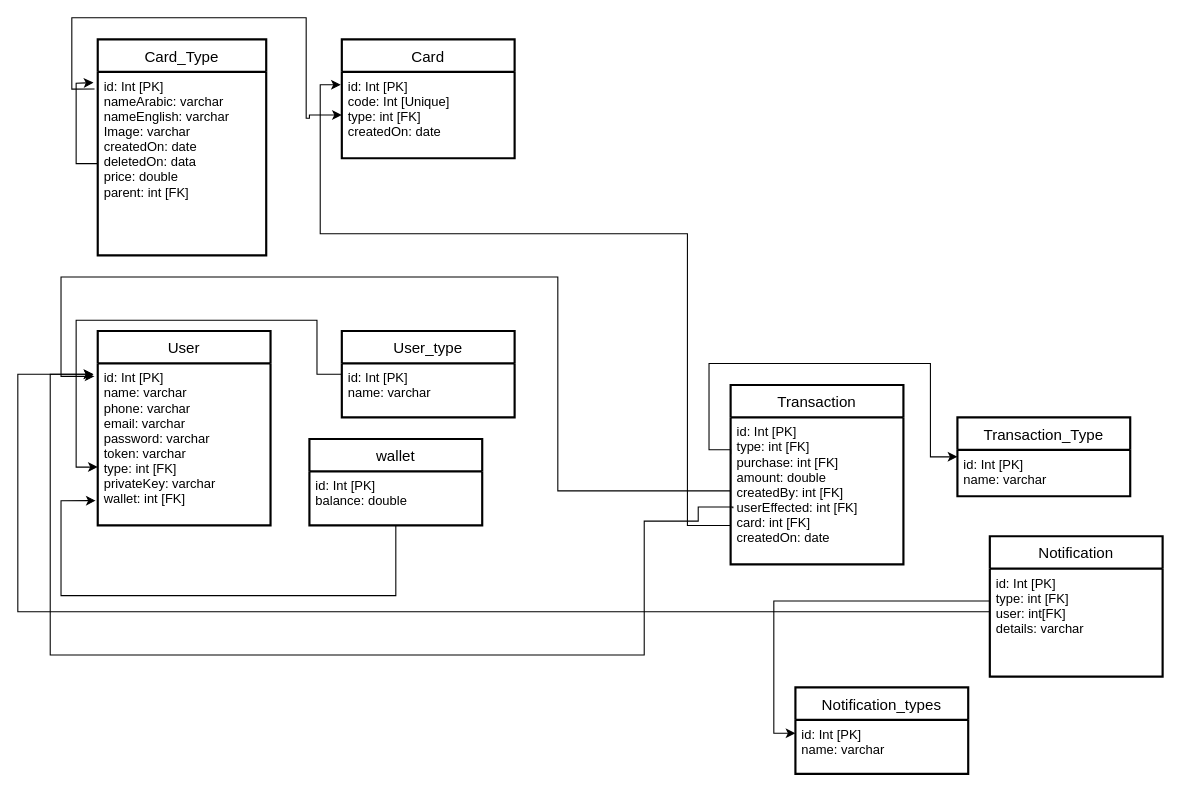
The draw.io diagram src/diagrams/database.drawio in Ibrahimrahhal/Betakatcom-BE, before the edit. Source tidied: cells renumbered, new cells numbered last; positions are measured from the earlier drawing's top-left corner, leaving out a move shared by most shapes. Both pictures are drawn from the tidied source at 108%, with x=0, y=0 at pixel (17, 17).
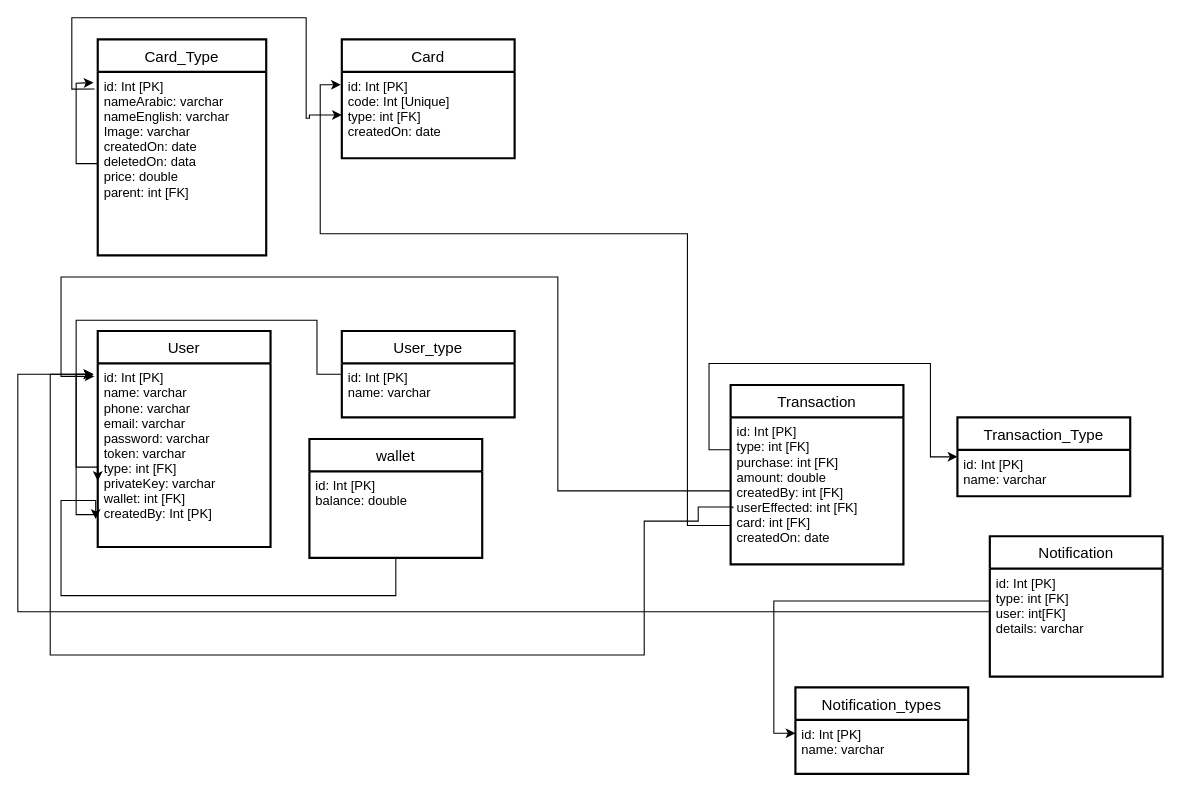
The same diagram, later.

Change to the diagram source:
```diff
@@
     <mxCell id="7" value="User" style="swimlane;horizontal=1;startSize=30;rounded=1;fontSize=14;fontStyle=0;strokeWidth=2;shadow=0;dashed=0;align=center;arcSize=0;" parent="1" vertex="1">
-      <mxGeometry x="74" y="290" width="160" height="180" as="geometry" />
+      <mxGeometry x="74" y="290" width="160" height="200" as="geometry" />
     </mxCell>
-    <mxCell id="8" value="id: Int [PK]&#10;name: varchar&#10;phone: varchar&#10;email: varchar&#10;password: varchar&#10;token: varchar&#10;type: int [FK]&#10;privateKey: varchar&#10;wallet: int [FK]&#10;&#10;" style="align=left;strokeColor=none;fillColor=none;spacingLeft=4;fontSize=12;verticalAlign=top;" parent="7" vertex="1">
-      <mxGeometry y="30" width="160" height="150" as="geometry" />
+    <mxCell id="8" value="id: Int [PK]&#10;name: varchar&#10;phone: varchar&#10;email: varchar&#10;password: varchar&#10;token: varchar&#10;type: int [FK]&#10;privateKey: varchar&#10;wallet: int [FK]&#10;createdBy: Int [PK]&#10;&#10;" style="align=left;strokeColor=none;fillColor=none;spacingLeft=4;fontSize=12;verticalAlign=top;" parent="7" vertex="1">
+      <mxGeometry y="30" width="160" height="170" as="geometry" />
     </mxCell>
@@
     <mxCell id="12" value="wallet" style="swimlane;horizontal=1;startSize=30;rounded=1;fontSize=14;fontStyle=0;strokeWidth=2;shadow=0;dashed=0;align=center;arcSize=0;" parent="1" vertex="1">
-      <mxGeometry x="270" y="390" width="160" height="80" as="geometry" />
+      <mxGeometry x="270" y="390" width="160" height="110" as="geometry" />
     </mxCell>
     <mxCell id="13" value="id: Int [PK]&#10;balance: double&#10;" style="align=left;strokeColor=none;fillColor=none;spacingLeft=4;fontSize=12;verticalAlign=top;" parent="12" vertex="1">
-      <mxGeometry y="30" width="160" height="50" as="geometry" />
+      <mxGeometry y="30" width="160" height="80" as="geometry" />
     </mxCell>
@@
+    <mxCell id="30" style="edgeStyle=orthogonalEdgeStyle;rounded=0;jettySize=auto;html=1;" parent="1" edge="1" source="8">
+      <mxGeometry relative="1" as="geometry">
+        <mxPoint x="70" y="330" as="targetPoint" />
+        <Array as="points">
+          <mxPoint x="54" y="460" />
+          <mxPoint x="54" y="330" />
+        </Array>
+      </mxGeometry>
+    </mxCell>
```
